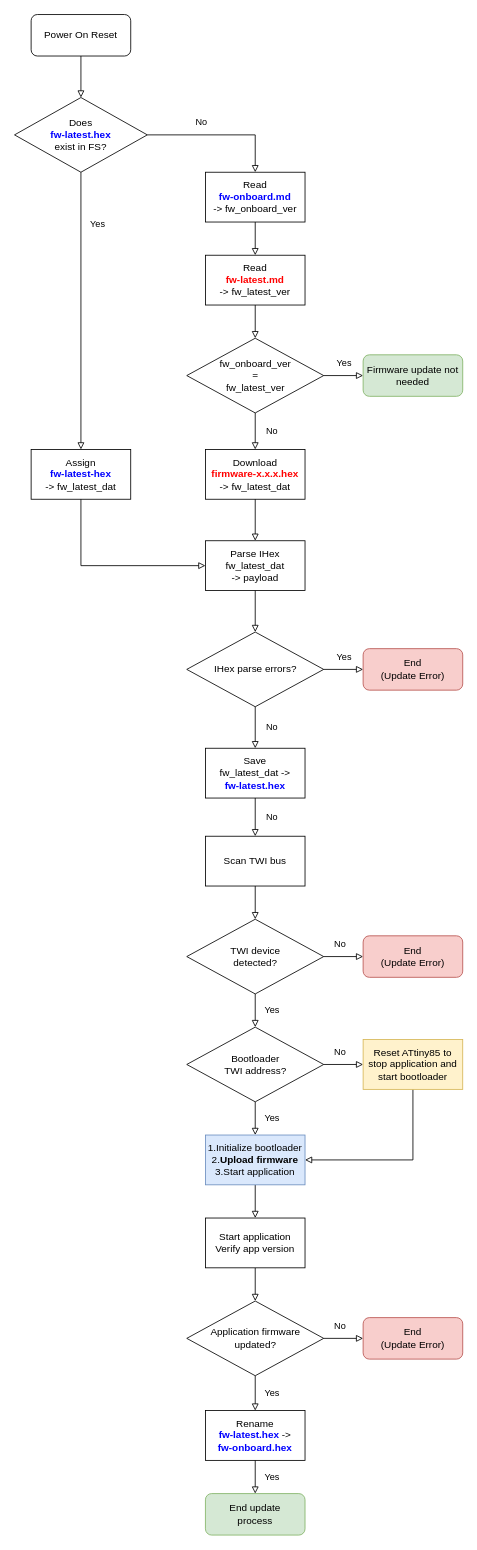
Before: diagrams/Firmware-Update.drawio in casanovg/timonel-ota-demo, a draw.io diagram. Source tidied: cells renumbered, new cells numbered last; positions are measured from the earlier drawing's top-left corner, leaving out a move shared by most shapes. Both pictures are drawn from the tidied source at 83%, with x=0, y=0 at pixel (14, 14).
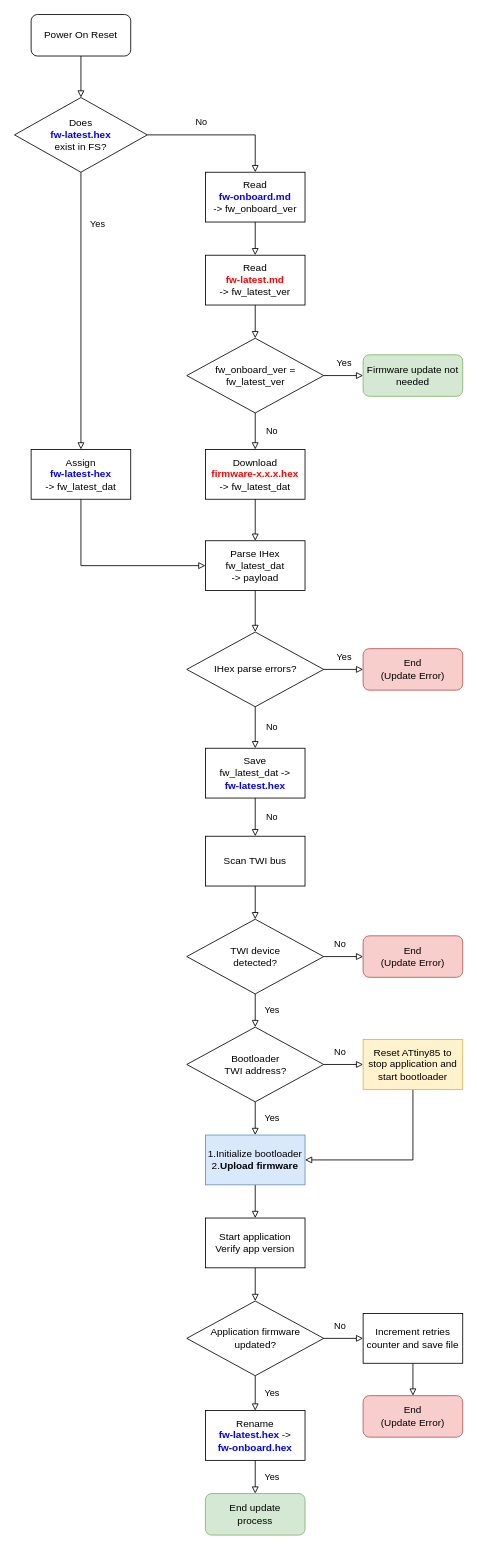
Above is the later version.

Unchanged cells that the change refers to:
```xml
<mxCell id="29" value="Application firmware&lt;br&gt;updated?" style="rhombus;whiteSpace=wrap;html=1;" parent="1" vertex="1">
  <mxGeometry x="207.5" y="1550" width="165" height="90" as="geometry" />
</mxCell>
```

Change to the diagram source:
```diff
@@
-    <mxCell id="12" value="fw_onboard_ver&lt;br&gt;=&lt;br&gt;fw_latest_ver" style="rhombus;whiteSpace=wrap;html=1;" parent="1" vertex="1">
+    <mxCell id="12" value="fw_onboard_ver&amp;nbsp;=&lt;br&gt;fw_latest_ver" style="rhombus;whiteSpace=wrap;html=1;" parent="1" vertex="1">
       <mxGeometry x="207.5" y="390" width="165" height="90" as="geometry" />
     </mxCell>
@@
-    <mxCell id="25" value="&lt;div&gt;&lt;span&gt;1.Initialize bootloader&lt;/span&gt;&lt;/div&gt;2.&lt;b&gt;Upload firmware&lt;/b&gt;&lt;br&gt;3.Start application" style="rounded=0;whiteSpace=wrap;html=1;fillColor=#dae8fc;strokeColor=#6c8ebf;align=center;" parent="1" vertex="1">
+    <mxCell id="25" value="&lt;div&gt;&lt;span&gt;1.Initialize bootloader&lt;/span&gt;&lt;/div&gt;2.&lt;b&gt;Upload firmware&lt;/b&gt;" style="rounded=0;whiteSpace=wrap;html=1;fillColor=#dae8fc;strokeColor=#6c8ebf;align=center;" parent="1" vertex="1">
       <mxGeometry x="230" y="1350" width="120" height="60" as="geometry" />
     </mxCell>
@@
-    <mxCell id="30" value="No" style="edgeStyle=orthogonalEdgeStyle;rounded=0;jettySize=auto;html=1;entryX=0;entryY=0.5;entryDx=0;entryDy=0;endArrow=block;endFill=0;strokeColor=#000000;strokeWidth=1;exitX=1;exitY=0.5;exitDx=0;exitDy=0;" parent="1" edge="1" source="29" target="33">
+    <mxCell id="30" value="No" style="edgeStyle=orthogonalEdgeStyle;rounded=0;jettySize=auto;html=1;entryX=0;entryY=0.5;entryDx=0;entryDy=0;endArrow=block;endFill=0;strokeColor=#000000;strokeWidth=1;exitX=1;exitY=0.5;exitDx=0;exitDy=0;" parent="1" edge="1" source="29" target="49">
       <mxGeometry x="-0.26" y="15" relative="1" as="geometry">
         <mxPoint x="1" as="offset" />
       </mxGeometry>
     </mxCell>
@@
     <mxCell id="33" value="End&lt;br&gt;(Update Error)" style="rounded=1;whiteSpace=wrap;html=1;fillColor=#f8cecc;strokeColor=#b85450;" parent="1" vertex="1">
-      <mxGeometry x="420" y="1570" width="120" height="50" as="geometry" />
+      <mxGeometry x="420" y="1664" width="120" height="50" as="geometry" />
     </mxCell>
@@
+    <mxCell id="49" value="Increment retries counter and save file" style="rounded=0;whiteSpace=wrap;html=1;" parent="1" vertex="1">
+      <mxGeometry x="420" y="1565" width="120" height="60" as="geometry" />
+    </mxCell>
+    <mxCell id="50" style="edgeStyle=orthogonalEdgeStyle;rounded=0;jettySize=auto;html=1;exitX=0.5;exitY=1;exitDx=0;exitDy=0;endArrow=block;endFill=0;strokeColor=#000000;strokeWidth=1;entryX=0.5;entryY=0;entryDx=0;entryDy=0;" parent="1" edge="1" source="49" target="33">
+      <mxGeometry relative="1" as="geometry" />
+    </mxCell>
```
